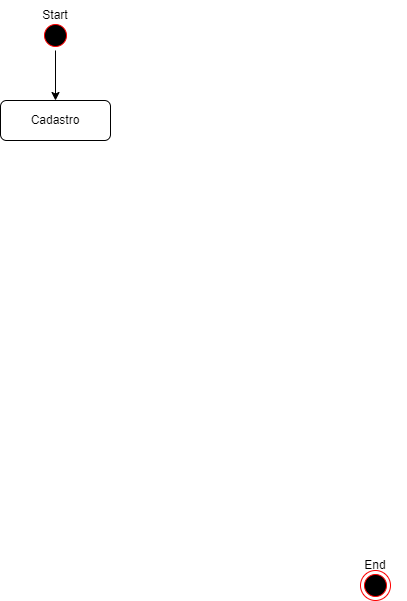
Earlier version of the draw.io export diagramaAtividades/atividadeSistema.drawio.png (EijiDogen/BrainForHire). Source tidied: cells renumbered, new cells last; positions are measured from the earlier drawing's top-left corner, leaving out a move shared by most shapes.
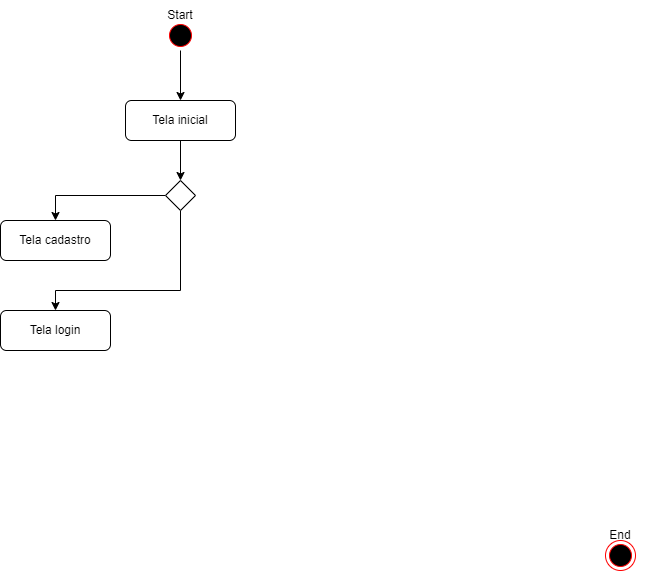
After the commit.

What changed in the source:
```diff
@@ -2,7 +2,10 @@
   <root>
     <mxCell id="0" />
     <mxCell id="1" value="Atividades" parent="0" />
+    <mxCell id="8" style="edgeStyle=orthogonalEdgeStyle;rounded=0;jettySize=auto;html=1;" parent="1" edge="1" source="2" target="13">
+      <mxGeometry relative="1" as="geometry" />
+    </mxCell>
-    <mxCell id="2" value="Cadastro" style="rounded=1;whiteSpace=wrap;html=1;" parent="1" vertex="1">
+    <mxCell id="2" value="Tela inicial" style="rounded=1;whiteSpace=wrap;html=1;" parent="1" vertex="1">
       <mxGeometry y="100" width="110" height="40" as="geometry" />
     </mxCell>
     <mxCell id="3" style="edgeStyle=orthogonalEdgeStyle;rounded=0;jettySize=auto;html=1;" parent="1" edge="1" source="4" target="2">
@@ -12,13 +15,37 @@
       <mxGeometry x="40" y="20" width="30" height="30" as="geometry" />
     </mxCell>
     <mxCell id="5" style="ellipse;html=1;shape=endState;fillColor=#000000;strokeColor=#ff0000;" parent="1" vertex="1">
-      <mxGeometry x="360" y="570" width="30" height="30" as="geometry" />
+      <mxGeometry x="480" y="540" width="30" height="30" as="geometry" />
     </mxCell>
     <mxCell id="6" value="Start" style="text;html=1;strokeColor=none;fillColor=none;align=center;verticalAlign=middle;whiteSpace=wrap;rounded=0;" parent="1" vertex="1">
       <mxGeometry x="25" width="60" height="30" as="geometry" />
     </mxCell>
     <mxCell id="7" value="End" style="text;html=1;strokeColor=none;fillColor=none;align=center;verticalAlign=middle;whiteSpace=wrap;rounded=0;" parent="1" vertex="1">
-      <mxGeometry x="345" y="550" width="60" height="30" as="geometry" />
+      <mxGeometry x="465" y="520" width="60" height="30" as="geometry" />
     </mxCell>
+    <mxCell id="9" value="Tela cadastro" style="rounded=1;whiteSpace=wrap;html=1;" parent="1" vertex="1">
+      <mxGeometry x="-125" y="220" width="110" height="40" as="geometry" />
+    </mxCell>
+    <mxCell id="10" value="Tela login" style="rounded=1;whiteSpace=wrap;html=1;" parent="1" vertex="1">
+      <mxGeometry x="-125" y="310" width="110" height="40" as="geometry" />
+    </mxCell>
+    <mxCell id="11" style="edgeStyle=orthogonalEdgeStyle;rounded=0;jettySize=auto;html=1;" parent="1" edge="1" source="13" target="9">
+      <mxGeometry relative="1" as="geometry">
+        <Array as="points">
+          <mxPoint x="-70" y="195" />
+        </Array>
+      </mxGeometry>
+    </mxCell>
+    <mxCell id="12" style="edgeStyle=orthogonalEdgeStyle;rounded=0;jettySize=auto;html=1;" parent="1" edge="1" source="13" target="10">
+      <mxGeometry relative="1" as="geometry">
+        <Array as="points">
+          <mxPoint x="55" y="290" />
+          <mxPoint x="-70" y="290" />
+        </Array>
+      </mxGeometry>
+    </mxCell>
+    <mxCell id="13" style="rhombus;" parent="1" vertex="1">
+      <mxGeometry x="40" y="180" width="30" height="30" as="geometry" />
+    </mxCell>
   </root>
 </mxGraphModel>
```
